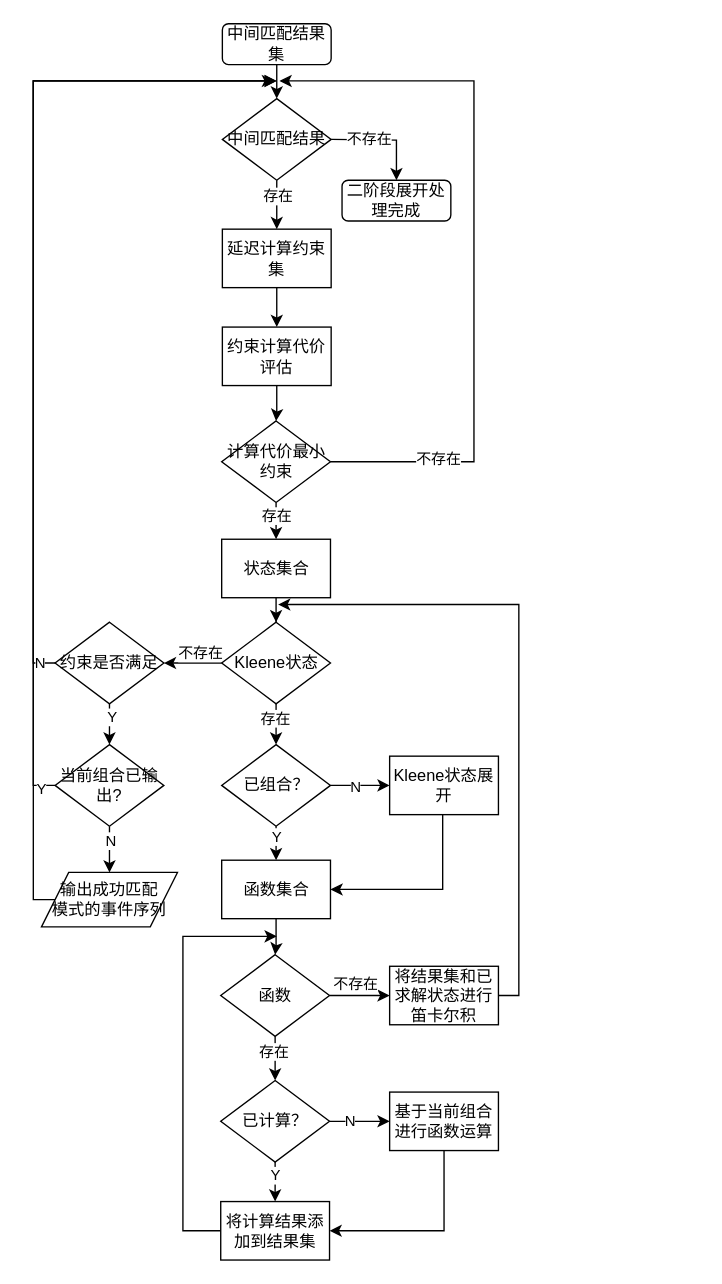
LiLiJacky/graphData keeps this draw.io diagram as page "Kleene闭包展开" (11 of 12) of 毕业论文.drawio. Above is the earlier version. Source tidied: cells renumbered, new cells numbered last; positions are measured from the earlier drawing's top-left corner, leaving out a move shared by most shapes. Both pictures are drawn from the tidied source at 136%, with x=0, y=0 at pixel (33, 23).
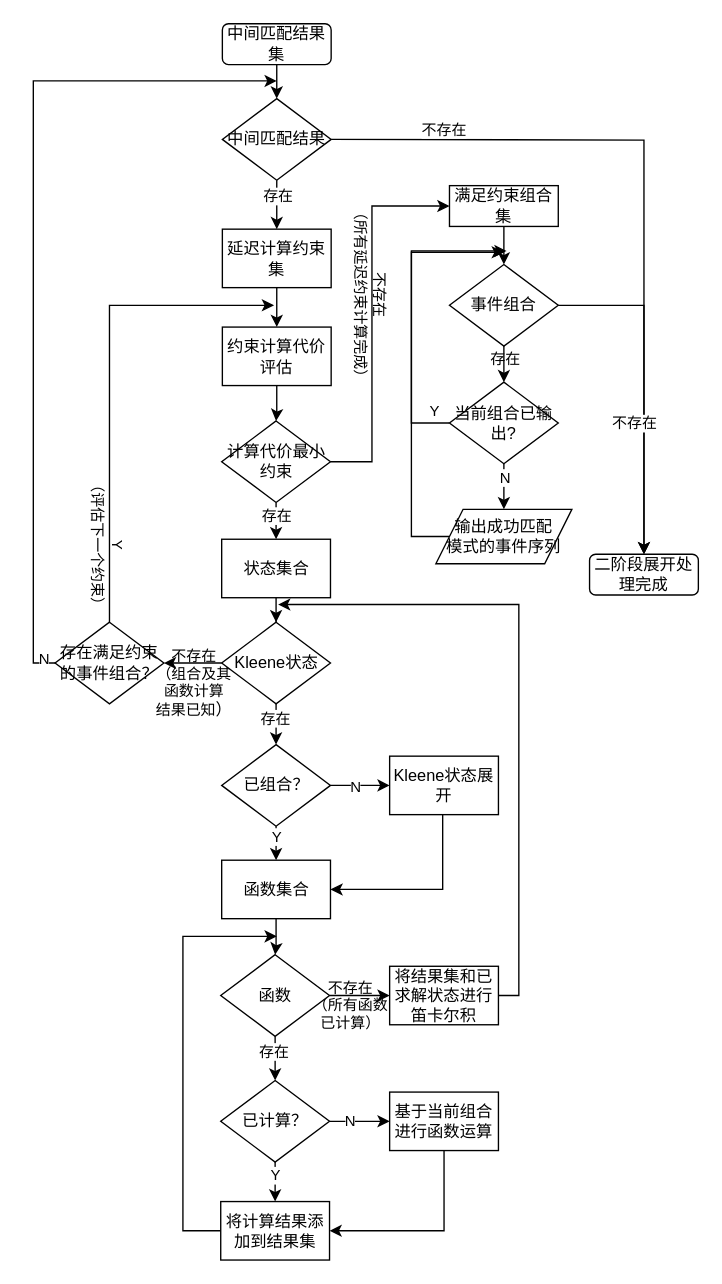
After the change.

The change refers to these unchanged cells:
```xml
<mxCell id="29" value="计算代价最小约束" style="rhombus;whiteSpace=wrap;html=1;" parent="1" vertex="1">
  <mxGeometry x="138.5" y="292" width="80" height="60" as="geometry" />
</mxCell>
<mxCell id="32" style="edgeStyle=orthogonalEdgeStyle;rounded=0;jettySize=auto;html=1;entryX=1;entryY=0.5;entryDx=0;entryDy=0;" parent="1" edge="1" source="34" target="46">
  <mxGeometry relative="1" as="geometry" />
</mxCell>
<mxCell id="39" style="edgeStyle=orthogonalEdgeStyle;rounded=0;jettySize=auto;html=1;" parent="1" edge="1" source="41" target="24">
  <mxGeometry relative="1" as="geometry" />
</mxCell>
<mxCell id="44" style="edgeStyle=orthogonalEdgeStyle;rounded=0;jettySize=auto;html=1;" parent="1" edge="1" source="46">
  <mxGeometry relative="1" as="geometry">
    <mxPoint x="179" y="42" as="targetPoint" />
    <Array as="points">
      <mxPoint y="470" />
      <mxPoint y="42" />
    </Array>
  </mxGeometry>
</mxCell>
```

What changed in the source:
```diff
@@
     <mxCell id="10" value="不存在" style="edgeStyle=orthogonalEdgeStyle;rounded=0;jettySize=auto;html=1;" parent="1" edge="1" target="58">
-      <mxGeometry x="-0.27" relative="1" as="geometry">
+      <mxGeometry x="-0.69" y="7" relative="1" as="geometry">
         <mxPoint x="219" y="85" as="sourcePoint" />
       </mxGeometry>
     </mxCell>
@@
-    <mxCell id="27" style="edgeStyle=orthogonalEdgeStyle;rounded=0;jettySize=auto;html=1;" parent="1" edge="1" source="29">
-      <mxGeometry relative="1" as="geometry">
-        <mxPoint x="181" y="42" as="targetPoint" />
-        <Array as="points">
-          <mxPoint x="324" y="322" />
-          <mxPoint x="324" y="42" />
-        </Array>
-      </mxGeometry>
-    </mxCell>
-    <mxCell id="28" value="不存在" style="edgeLabel;html=1;align=center;verticalAlign=middle;" parent="27" vertex="1">
-      <mxGeometry x="-0.7" y="3" relative="1" as="geometry" />
-    </mxCell>
+    <mxCell id="61" style="edgeStyle=orthogonalEdgeStyle;rounded=0;jettySize=auto;html=1;entryX=0;entryY=0.5;entryDx=0;entryDy=0;" parent="1" edge="1" source="29" target="65">
+      <mxGeometry relative="1" as="geometry">
+        <Array as="points">
+          <mxPoint x="249" y="322" />
+          <mxPoint x="249" y="134" />
+        </Array>
+      </mxGeometry>
+    </mxCell>
@@
-    <mxCell id="33" value="不存在" style="edgeLabel;html=1;align=center;verticalAlign=middle;" parent="32" vertex="1">
+    <mxCell id="33" value="不存在&lt;div&gt;（组合及其&lt;/div&gt;&lt;div&gt;函数计算&lt;/div&gt;&lt;div&gt;结果已知&lt;span style=&quot;background-color: transparent; color: light-dark(rgb(0, 0, 0), rgb(255, 255, 255)); font-size: 12px;&quot;&gt;）&lt;/span&gt;&lt;/div&gt;" style="edgeLabel;html=1;align=center;verticalAlign=middle;labelBackgroundColor=none;" parent="32" vertex="1">
       <mxGeometry x="-0.41" y="1" relative="1" as="geometry">
-        <mxPoint x="-3" y="-9" as="offset" />
+        <mxPoint x="-8" y="13" as="offset" />
       </mxGeometry>
     </mxCell>
@@
-    <mxCell id="40" value="不存在" style="edgeLabel;html=1;align=center;verticalAlign=middle;" parent="39" vertex="1">
+    <mxCell id="40" value="不存在&lt;div&gt;（所有函数&lt;/div&gt;&lt;div&gt;已计算）&lt;/div&gt;" style="edgeLabel;html=1;align=center;verticalAlign=middle;labelBackgroundColor=none;" parent="39" vertex="1">
       <mxGeometry x="-0.15" relative="1" as="geometry">
-        <mxPoint y="-9" as="offset" />
+        <mxPoint x="-4" y="7" as="offset" />
       </mxGeometry>
     </mxCell>
@@
-    <mxCell id="42" style="edgeStyle=orthogonalEdgeStyle;rounded=0;jettySize=auto;html=1;" parent="1" edge="1" source="46" target="57">
-      <mxGeometry relative="1" as="geometry" />
+    <mxCell id="42" style="edgeStyle=orthogonalEdgeStyle;rounded=0;jettySize=auto;html=1;" parent="1" edge="1" source="46">
+      <mxGeometry relative="1" as="geometry">
+        <mxPoint x="177" y="207" as="targetPoint" />
+        <Array as="points">
+          <mxPoint x="56" y="207" />
+        </Array>
+      </mxGeometry>
     </mxCell>
-    <mxCell id="43" value="Y" style="edgeLabel;html=1;align=center;verticalAlign=middle;" parent="42" vertex="1">
-      <mxGeometry x="-0.64" y="1" relative="1" as="geometry" />
+    <mxCell id="43" value="Y&lt;div&gt;（评估下一个约束）&lt;/div&gt;" style="edgeLabel;html=1;align=center;verticalAlign=middle;rotation=90;labelBackgroundColor=none;" parent="42" vertex="1">
+      <mxGeometry x="-0.64" y="1" relative="1" as="geometry">
+        <mxPoint x="1" y="6" as="offset" />
+      </mxGeometry>
     </mxCell>
@@
     <mxCell id="45" value="N" style="edgeLabel;html=1;align=center;verticalAlign=middle;" parent="44" vertex="1">
-      <mxGeometry x="-0.96" y="-1" relative="1" as="geometry" />
+      <mxGeometry x="-0.96" y="-1" relative="1" as="geometry">
+        <mxPoint x="3" y="-3" as="offset" />
+      </mxGeometry>
     </mxCell>
-    <mxCell id="46" value="约束是否满足" style="rhombus;whiteSpace=wrap;html=1;" parent="1" vertex="1">
+    <mxCell id="46" value="存在满足约束的事件组合？" style="rhombus;whiteSpace=wrap;html=1;" parent="1" vertex="1">
       <mxGeometry x="16" y="440" width="80" height="60" as="geometry" />
     </mxCell>
@@
+    <mxCell id="62" value="不存在&lt;div&gt;（所有延迟约束计算完成）&lt;/div&gt;" style="edgeLabel;html=1;align=center;verticalAlign=middle;labelBackgroundColor=none;rotation=90;" parent="1" vertex="1">
+      <mxGeometry x="249" y="198" as="geometry" />
+    </mxCell>
-    <mxCell id="53" style="edgeStyle=orthogonalEdgeStyle;rounded=0;jettySize=auto;html=1;entryX=0.5;entryY=0;entryDx=0;entryDy=0;" parent="1" edge="1" source="57" target="60">
+    <mxCell id="53" style="edgeStyle=orthogonalEdgeStyle;rounded=0;jettySize=auto;html=1;" parent="1" edge="1" source="57" target="60">
       <mxGeometry relative="1" as="geometry" />
     </mxCell>
@@
-    <mxCell id="55" style="edgeStyle=orthogonalEdgeStyle;rounded=0;jettySize=auto;html=1;" parent="1" edge="1" source="57">
-      <mxGeometry relative="1" as="geometry">
-        <mxPoint x="179" y="42" as="targetPoint" />
-        <Array as="points">
-          <mxPoint y="560" />
-          <mxPoint y="42" />
-          <mxPoint x="179" y="42" />
-        </Array>
-      </mxGeometry>
-    </mxCell>
+    <mxCell id="63" style="edgeStyle=orthogonalEdgeStyle;rounded=0;jettySize=auto;html=1;" parent="1" edge="1" source="57">
+      <mxGeometry relative="1" as="geometry">
+        <mxPoint x="348" y="167" as="targetPoint" />
+        <Array as="points">
+          <mxPoint x="278" y="294" />
+          <mxPoint x="278" y="167" />
+        </Array>
+      </mxGeometry>
+    </mxCell>
-    <mxCell id="56" value="Y" style="edgeLabel;html=1;align=center;verticalAlign=middle;" parent="55" vertex="1">
-      <mxGeometry x="-0.97" y="2" relative="1" as="geometry" />
+    <mxCell id="56" value="Y" style="edgeLabel;html=1;align=center;verticalAlign=middle;" parent="63" vertex="1">
+      <mxGeometry x="-0.75" relative="1" as="geometry">
+        <mxPoint x="16" y="-9" as="offset" />
+      </mxGeometry>
     </mxCell>
     <mxCell id="57" value="当前组合已输出?" style="rhombus;whiteSpace=wrap;html=1;" parent="1" vertex="1">
-      <mxGeometry x="16" y="530" width="80" height="60" as="geometry" />
+      <mxGeometry x="306" y="263.5" width="80" height="60" as="geometry" />
     </mxCell>
+    <mxCell id="64" style="edgeStyle=orthogonalEdgeStyle;rounded=0;jettySize=auto;html=1;" parent="1" edge="1" source="65" target="69">
+      <mxGeometry relative="1" as="geometry" />
+    </mxCell>
+    <mxCell id="65" value="满足约束组合集" style="rounded=0;whiteSpace=wrap;html=1;" parent="1" vertex="1">
+      <mxGeometry x="306" y="119" width="80" height="30" as="geometry" />
+    </mxCell>
+    <mxCell id="66" value="存在" style="edgeLabel;html=1;align=center;verticalAlign=middle;" parent="1" vertex="1">
+      <mxGeometry x="346" y="246.3" as="geometry" />
+    </mxCell>
+    <mxCell id="67" style="edgeStyle=orthogonalEdgeStyle;rounded=0;jettySize=auto;html=1;" parent="1" edge="1" source="69" target="58">
+      <mxGeometry relative="1" as="geometry" />
+    </mxCell>
+    <mxCell id="28" value="不存在" style="edgeLabel;html=1;align=center;verticalAlign=middle;" parent="67" vertex="1">
+      <mxGeometry x="0.2" y="1" relative="1" as="geometry">
+        <mxPoint x="-9" y="1" as="offset" />
+      </mxGeometry>
+    </mxCell>
+    <mxCell id="68" style="edgeStyle=orthogonalEdgeStyle;rounded=0;jettySize=auto;html=1;" parent="1" edge="1" source="69" target="57">
+      <mxGeometry relative="1" as="geometry" />
+    </mxCell>
+    <mxCell id="69" value="事件组合" style="rhombus;whiteSpace=wrap;html=1;" parent="1" vertex="1">
+      <mxGeometry x="306" y="177" width="80" height="60" as="geometry" />
+    </mxCell>
     <mxCell id="58" value="二阶段展开处理完成" style="rounded=1;whiteSpace=wrap;html=1;" parent="1" vertex="1">
-      <mxGeometry x="227" y="115" width="80" height="30" as="geometry" />
+      <mxGeometry x="409" y="390" width="80" height="30" as="geometry" />
     </mxCell>
-    <mxCell id="59" style="edgeStyle=orthogonalEdgeStyle;rounded=0;jettySize=auto;html=1;" parent="1" edge="1" source="60">
-      <mxGeometry relative="1" as="geometry">
-        <mxPoint x="177" y="42" as="targetPoint" />
-        <Array as="points">
-          <mxPoint y="644" />
-          <mxPoint y="42" />
-        </Array>
-      </mxGeometry>
-    </mxCell>
+    <mxCell id="70" style="edgeStyle=orthogonalEdgeStyle;rounded=0;jettySize=auto;html=1;" parent="1" edge="1" source="60">
+      <mxGeometry relative="1" as="geometry">
+        <mxPoint x="346" y="168" as="targetPoint" />
+        <Array as="points">
+          <mxPoint x="278" y="377" />
+          <mxPoint x="278" y="168" />
+        </Array>
+      </mxGeometry>
+    </mxCell>
     <mxCell id="60" value="输出成功匹配&lt;div&gt;模式的&lt;span style=&quot;background-color: transparent; color: light-dark(rgb(0, 0, 0), rgb(255, 255, 255));&quot;&gt;事件序列&lt;/span&gt;&lt;/div&gt;" style="shape=parallelogram;perimeter=parallelogramPerimeter;whiteSpace=wrap;html=1;fixedSize=1;" parent="1" vertex="1">
-      <mxGeometry x="6" y="624" width="100" height="40" as="geometry" />
+      <mxGeometry x="296" y="357" width="100" height="40" as="geometry" />
     </mxCell>
```
